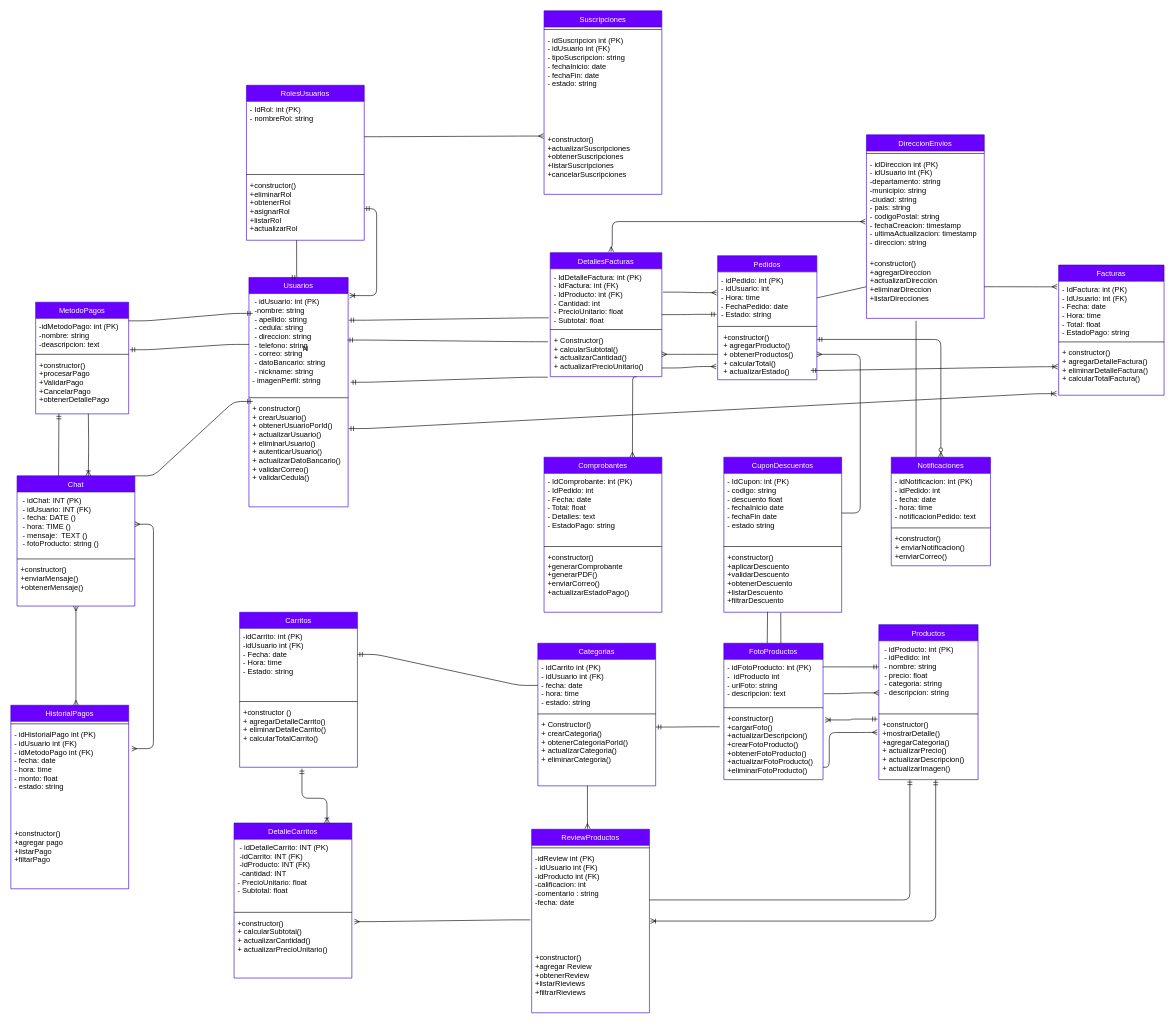
This is DiagramaClasesKamiapp.drawio from DarkJ-18/DiagramaClasesKamiapp, a draw.io file, before an edit. Source tidied: cells renumbered, new cells numbered last; positions are measured from the earlier drawing's top-left corner, leaving out a move shared by most shapes. Both pictures are drawn from the tidied source at 62%, with x=0, y=0 at pixel (11, 11).
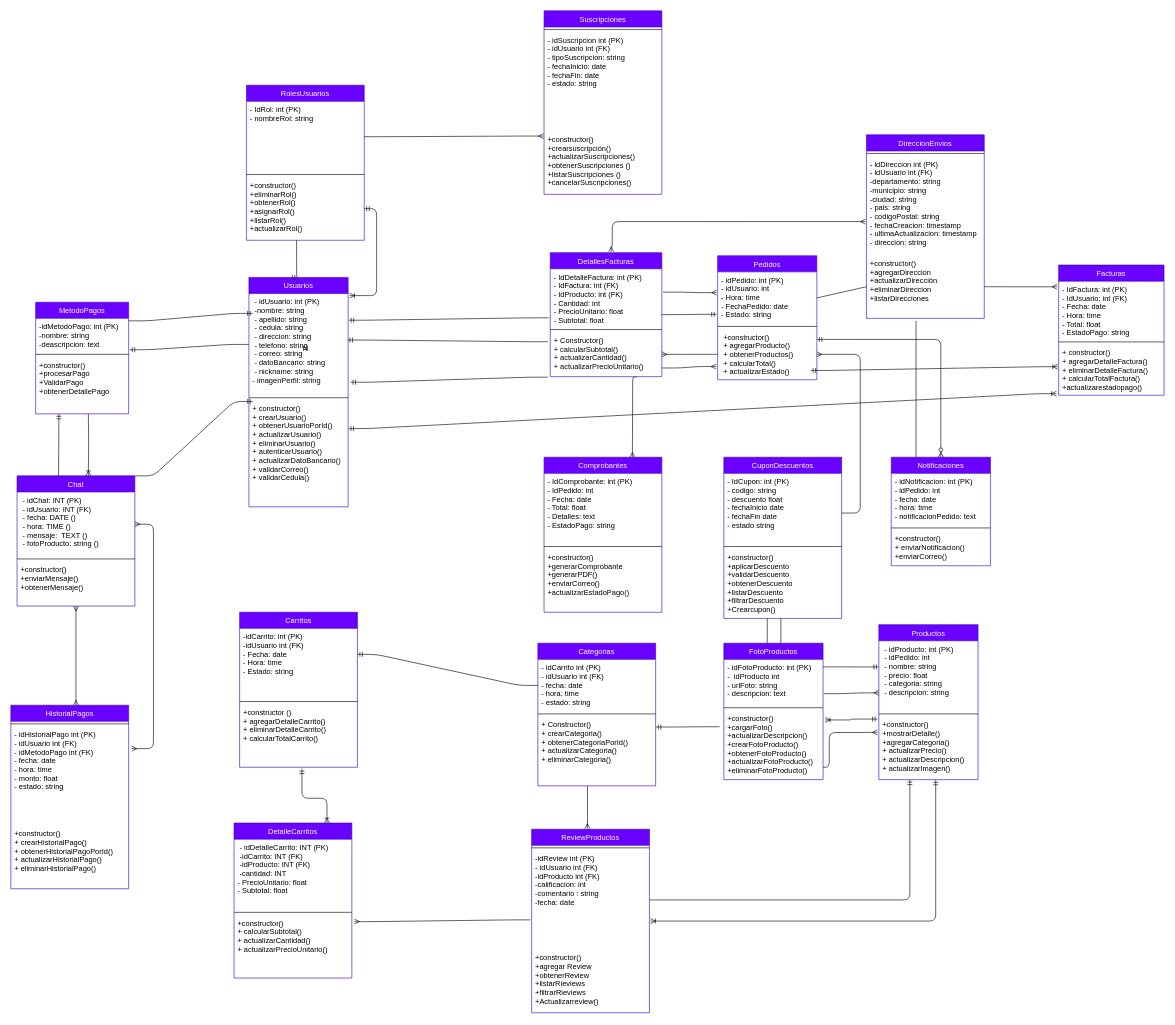
The same page after the edit.

Commit message:
cambios en funciones

Unchanged cells that the change refers to:
```xml
<mxCell id="7" value="Facturas" style="swimlane;fontStyle=0;align=center;verticalAlign=top;horizontal=1;startSize=26;rounded=0;shadow=0;strokeWidth=1;fontSize=12;fillColor=#6a00ff;fontColor=#ffffff;strokeColor=#3700CC;" parent="1" vertex="1">
  <mxGeometry x="1690" y="410" width="170" height="210" as="geometry" />
</mxCell>
<mxCell id="28" value="MetodoPagos" style="swimlane;fontStyle=0;align=center;verticalAlign=top;horizontal=1;startSize=26;rounded=0;shadow=0;strokeWidth=1;fontSize=12;fillColor=#6a00ff;fontColor=#ffffff;strokeColor=#3700CC;" parent="1" vertex="1">
  <mxGeometry x="40" y="470" width="150" height="180" as="geometry" />
</mxCell>
<mxCell id="61" value="RolesUsuarios" style="swimlane;fontStyle=0;align=center;verticalAlign=top;horizontal=1;startSize=26;rounded=0;shadow=0;strokeWidth=1;fontSize=12;fillColor=#6a00ff;fontColor=#ffffff;strokeColor=#3700CC;" parent="1" vertex="1">
  <mxGeometry x="380" y="120" width="190" height="250" as="geometry" />
</mxCell>
<mxCell id="69" value="Suscripciones" style="swimlane;fontStyle=0;align=center;verticalAlign=top;horizontal=1;startSize=26;rounded=0;shadow=0;strokeWidth=1;fontSize=12;fillColor=#6a00ff;fontColor=#ffffff;strokeColor=#3700CC;" parent="1" vertex="1">
  <mxGeometry x="860" width="190" height="296" as="geometry" />
</mxCell>
<mxCell id="73" value="ReviewProductos" style="swimlane;fontStyle=0;align=center;verticalAlign=top;horizontal=1;startSize=26;rounded=0;shadow=0;strokeWidth=1;fontSize=12;fillColor=#6a00ff;fontColor=#ffffff;strokeColor=#3700CC;" parent="1" vertex="1">
  <mxGeometry x="840" y="1320" width="190" height="296" as="geometry" />
</mxCell>
<mxCell id="77" value="HistorialPagos" style="swimlane;fontStyle=0;align=center;verticalAlign=top;horizontal=1;startSize=26;rounded=0;shadow=0;strokeWidth=1;fontSize=12;fillColor=#6a00ff;fontColor=#ffffff;strokeColor=#3700CC;" parent="1" vertex="1">
  <mxGeometry y="1120" width="190" height="296" as="geometry" />
</mxCell>
```

Change to the diagram source:
```diff
@@
-    <mxCell id="10" value="+ constructor()&#10;+ agregarDetalleFactura()&#10;+ eliminarDetalleFactura()&#10;+ calcularTotalFactura()" style="text;align=left;verticalAlign=top;spacingLeft=4;spacingRight=4;overflow=hidden;points=[[0,0.5],[1,0.5]];portConstraint=eastwest;fontSize=12;" parent="7" vertex="1">
+    <mxCell id="10" value="+ constructor()&#10;+ agregarDetalleFactura()&#10;+ eliminarDetalleFactura()&#10;+ calcularTotalFactura()&#10;+actualizarestadopago()" style="text;align=left;verticalAlign=top;spacingLeft=4;spacingRight=4;overflow=hidden;points=[[0,0.5],[1,0.5]];portConstraint=eastwest;fontSize=12;" parent="7" vertex="1">
       <mxGeometry y="128" width="170" height="82" as="geometry" />
     </mxCell>
@@
-    <mxCell id="31" value="+constructor()&#10;+procesarPago&#10;+ValidarPago&#10;+CancelarPago&#10;+obtenerDetallePago" style="text;align=left;verticalAlign=top;spacingLeft=4;spacingRight=4;overflow=hidden;fontSize=12;" parent="28" vertex="1">
+    <mxCell id="31" value="+constructor()&#10;+procesarPago&#10;+ValidarPago&#10;+obtenerDetallePago" style="text;align=left;verticalAlign=top;spacingLeft=4;spacingRight=4;overflow=hidden;fontSize=12;" parent="28" vertex="1">
       <mxGeometry y="88" width="150" height="92" as="geometry" />
     </mxCell>
@@
     <mxCell id="57" value="CuponDescuentos" style="swimlane;fontStyle=0;align=center;verticalAlign=top;horizontal=1;startSize=26;rounded=0;shadow=0;strokeWidth=1;fontSize=12;fillColor=#6a00ff;fontColor=#ffffff;strokeColor=#3700CC;" parent="1" vertex="1">
-      <mxGeometry x="1150" y="720" width="190" height="250" as="geometry" />
+      <mxGeometry x="1150" y="720" width="190" height="260" as="geometry" />
     </mxCell>
@@
-    <mxCell id="60" value="+constructor()&#10;+aplicarDescuento&#10;+validarDescuento&#10;+obtenerDescuento &#10;+listarDescuento &#10;+filtrarDescuento" style="text;align=left;verticalAlign=top;spacingLeft=4;spacingRight=4;overflow=hidden;points=[[0,0.5],[1,0.5]];portConstraint=eastwest;fontSize=12;" parent="57" vertex="1">
+    <mxCell id="60" value="+constructor()&#10;+aplicarDescuento&#10;+validarDescuento&#10;+obtenerDescuento &#10;+listarDescuento &#10;+filtrarDescuento&#10;+Crearcupon()" style="text;align=left;verticalAlign=top;spacingLeft=4;spacingRight=4;overflow=hidden;points=[[0,0.5],[1,0.5]];portConstraint=eastwest;fontSize=12;" parent="57" vertex="1">
       <mxGeometry y="148" width="190" height="102" as="geometry" />
     </mxCell>
@@
-    <mxCell id="64" value="+constructor()&#10;+eliminarRol&#10;+obtenerRol&#10;+asignarRol&#10;+listarRol&#10;+actualizarRol" style="text;align=left;verticalAlign=top;spacingLeft=4;spacingRight=4;overflow=hidden;points=[[0,0.5],[1,0.5]];portConstraint=eastwest;fontSize=12;" parent="61" vertex="1">
+    <mxCell id="64" value="+constructor()&#10;+eliminarRol()&#10;+obtenerRol()&#10;+asignarRol()&#10;+listarRol()&#10;+actualizarRol()" style="text;align=left;verticalAlign=top;spacingLeft=4;spacingRight=4;overflow=hidden;points=[[0,0.5],[1,0.5]];portConstraint=eastwest;fontSize=12;" parent="61" vertex="1">
       <mxGeometry y="148" width="190" height="102" as="geometry" />
     </mxCell>
@@
-    <mxCell id="72" value="+constructor()&#10;+actualizarSuscripciones &#10;+obtenerSuscripciones &#10;+listarSuscripciones &#10;+cancelarSuscripciones" style="text;align=left;verticalAlign=top;spacingLeft=4;spacingRight=4;overflow=hidden;points=[[0,0.5],[1,0.5]];portConstraint=eastwest;fontSize=12;" parent="69" vertex="1">
+    <mxCell id="72" value="+constructor()&#10;+crearsuscripción()&#10;+actualizarSuscripciones() &#10;+obtenerSuscripciones ()&#10;+listarSuscripciones ()&#10;+cancelarSuscripciones()" style="text;align=left;verticalAlign=top;spacingLeft=4;spacingRight=4;overflow=hidden;points=[[0,0.5],[1,0.5]];portConstraint=eastwest;fontSize=12;" parent="69" vertex="1">
       <mxGeometry y="194" width="190" height="102" as="geometry" />
     </mxCell>
@@
-    <mxCell id="76" value="+constructor()&#10;+agregar Review&#10;+obtenerReview &#10;+listarRieviews&#10;+filtrarRieviews" style="text;align=left;verticalAlign=top;spacingLeft=4;spacingRight=4;overflow=hidden;fontSize=12;" parent="73" vertex="1">
+    <mxCell id="76" value="+constructor()&#10;+agregar Review&#10;+obtenerReview &#10;+listarRieviews&#10;+filtrarRieviews&#10;+Actualizarreview()" style="text;align=left;verticalAlign=top;spacingLeft=4;spacingRight=4;overflow=hidden;fontSize=12;" parent="73" vertex="1">
       <mxGeometry y="194" width="190" height="102" as="geometry" />
     </mxCell>
@@
-    <mxCell id="80" value="+constructor()&#10;+agregar pago&#10;+listarPago&#10;+filtarPago&#10;" style="text;align=left;verticalAlign=top;spacingLeft=4;spacingRight=4;overflow=hidden;fontSize=12;" parent="77" vertex="1">
+    <mxCell id="80" value="+constructor()&#10;+ crearHistorialPago()&#10;+ obtenerHistorialPagoPorId()&#10;+ actualizarHistorialPago()&#10;+ eliminarHistorialPago()" style="text;align=left;verticalAlign=top;spacingLeft=4;spacingRight=4;overflow=hidden;fontSize=12;" parent="77" vertex="1">
       <mxGeometry y="194" width="190" height="102" as="geometry" />
     </mxCell>
@@
-    <mxCell id="99" style="endArrow=none;html=1;rounded=0;exitX=0.371;exitY=0.994;exitDx=0;exitDy=0;exitPerimeter=0;" parent="1" edge="1" source="60">
+    <mxCell id="99" style="endArrow=none;html=1;rounded=0;" parent="1" edge="1">
       <mxGeometry relative="1" as="geometry">
+        <mxPoint x="1220" y="980" as="sourcePoint" />
         <mxPoint x="1220" y="1020" as="targetPoint" />
       </mxGeometry>
     </mxCell>
-    <mxCell id="100" style="endArrow=none;html=1;rounded=0;exitX=0.483;exitY=1.008;exitDx=0;exitDy=0;exitPerimeter=0;" parent="1" edge="1" source="60">
+    <mxCell id="100" style="endArrow=none;html=1;rounded=0;" parent="1" edge="1">
       <mxGeometry relative="1" as="geometry">
+        <mxPoint x="1242" y="980" as="sourcePoint" />
         <mxPoint x="1242" y="1020" as="targetPoint" />
       </mxGeometry>
     </mxCell>
```
